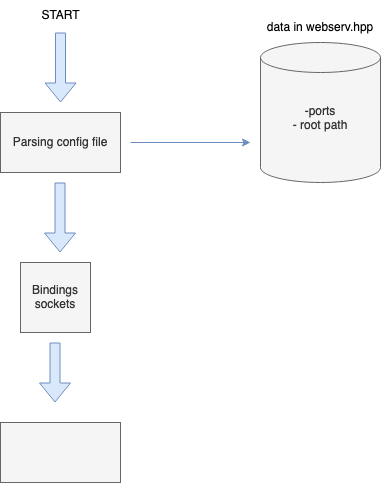
Above: Diagram Webserv.drawio.png in es4nchez/webserv (draw.io), before the change. Source tidied: cells renumbered, new cells last; positions are measured from the earlier drawing's top-left corner, leaving out a move shared by most shapes. Source of this version:
```xml
<mxGraphModel>
  <root>
    <mxCell id="0" />
    <mxCell id="1" parent="0" />
    <mxCell id="2" value="&lt;div&gt;START&lt;/div&gt;" style="text;html=1;align=center;verticalAlign=middle;strokeColor=none;fillColor=none;" parent="1" vertex="1">
      <mxGeometry x="30" width="60" height="30" as="geometry" />
    </mxCell>
    <mxCell id="3" style="shape=flexArrow;endArrow=classic;html=1;rounded=0;fillColor=#dae8fc;strokeColor=#6c8ebf;" parent="1" edge="1">
      <mxGeometry relative="1" as="geometry">
        <mxPoint x="60" y="32" as="sourcePoint" />
        <mxPoint x="60" y="102" as="targetPoint" />
      </mxGeometry>
    </mxCell>
    <mxCell id="4" value="Parsing config file" style="rounded=0;whiteSpace=wrap;html=1;fillColor=#f5f5f5;fontColor=#333333;strokeColor=#666666;" parent="1" vertex="1">
      <mxGeometry y="112" width="120" height="60" as="geometry" />
    </mxCell>
    <mxCell id="5" style="endArrow=classic;html=1;rounded=0;fillColor=#dae8fc;strokeColor=#6c8ebf;" parent="1" edge="1">
      <mxGeometry relative="1" as="geometry">
        <mxPoint x="130" y="142" as="sourcePoint" />
        <mxPoint x="250" y="142" as="targetPoint" />
      </mxGeometry>
    </mxCell>
    <mxCell id="6" value="&lt;div&gt;-ports&lt;/div&gt;&lt;div&gt;- root path&lt;/div&gt;&lt;div&gt;&lt;br&gt;&lt;/div&gt;" style="shape=cylinder3;whiteSpace=wrap;html=1;boundedLbl=1;backgroundOutline=1;size=15;fillColor=#f5f5f5;fontColor=#333333;strokeColor=#666666;" parent="1" vertex="1">
      <mxGeometry x="260" y="42" width="120" height="140" as="geometry" />
    </mxCell>
    <mxCell id="7" value="data in webserv.hpp" style="text;html=1;strokeColor=none;fillColor=none;align=center;verticalAlign=middle;whiteSpace=wrap;rounded=0;" parent="1" vertex="1">
      <mxGeometry x="250" y="12" width="140" height="30" as="geometry" />
    </mxCell>
    <mxCell id="8" style="shape=flexArrow;endArrow=classic;html=1;rounded=0;fillColor=#dae8fc;strokeColor=#6c8ebf;" parent="1" edge="1">
      <mxGeometry relative="1" as="geometry">
        <mxPoint x="59.5" y="182" as="sourcePoint" />
        <mxPoint x="59.5" y="252" as="targetPoint" />
      </mxGeometry>
    </mxCell>
    <mxCell id="9" value="&lt;div&gt;Bindings sockets&lt;/div&gt;" style="whiteSpace=wrap;html=1;fillColor=#f5f5f5;fontColor=#333333;strokeColor=#666666;" parent="1" vertex="1">
      <mxGeometry x="20" y="262" width="70" height="70" as="geometry" />
    </mxCell>
    <mxCell id="10" style="shape=flexArrow;endArrow=classic;html=1;rounded=0;fillColor=#dae8fc;strokeColor=#6c8ebf;" parent="1" edge="1">
      <mxGeometry relative="1" as="geometry">
        <mxPoint x="54.5" y="342" as="sourcePoint" />
        <mxPoint x="54.5" y="402" as="targetPoint" />
      </mxGeometry>
    </mxCell>
    <mxCell id="11" style="whiteSpace=wrap;html=1;fillColor=#f5f5f5;fontColor=#333333;strokeColor=#666666;" parent="1" vertex="1">
      <mxGeometry y="422" width="120" height="60" as="geometry" />
    </mxCell>
  </root>
</mxGraphModel>
```
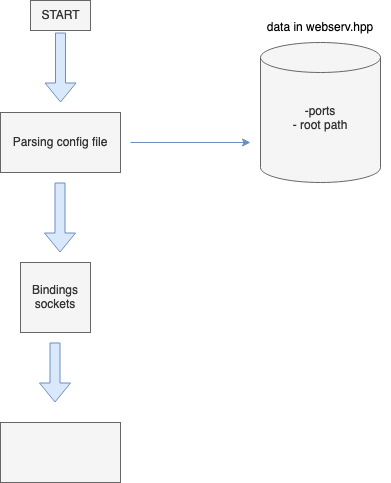
After the change.

Commit message:
Mettre à jour Diagram Webserv.drawio.png

Change to the diagram source:
```diff
@@ -2,7 +2,7 @@
   <root>
     <mxCell id="0" />
     <mxCell id="1" parent="0" />
-    <mxCell id="2" value="&lt;div&gt;START&lt;/div&gt;" style="text;html=1;align=center;verticalAlign=middle;strokeColor=none;fillColor=none;" parent="1" vertex="1">
+    <mxCell id="2" value="&lt;div&gt;START&lt;/div&gt;" style="text;html=1;align=center;verticalAlign=middle;strokeColor=#666666;fillColor=#f5f5f5;fontColor=#333333;" parent="1" vertex="1">
       <mxGeometry x="30" width="60" height="30" as="geometry" />
     </mxCell>
     <mxCell id="3" style="shape=flexArrow;endArrow=classic;html=1;rounded=0;fillColor=#dae8fc;strokeColor=#6c8ebf;" parent="1" edge="1">
```
